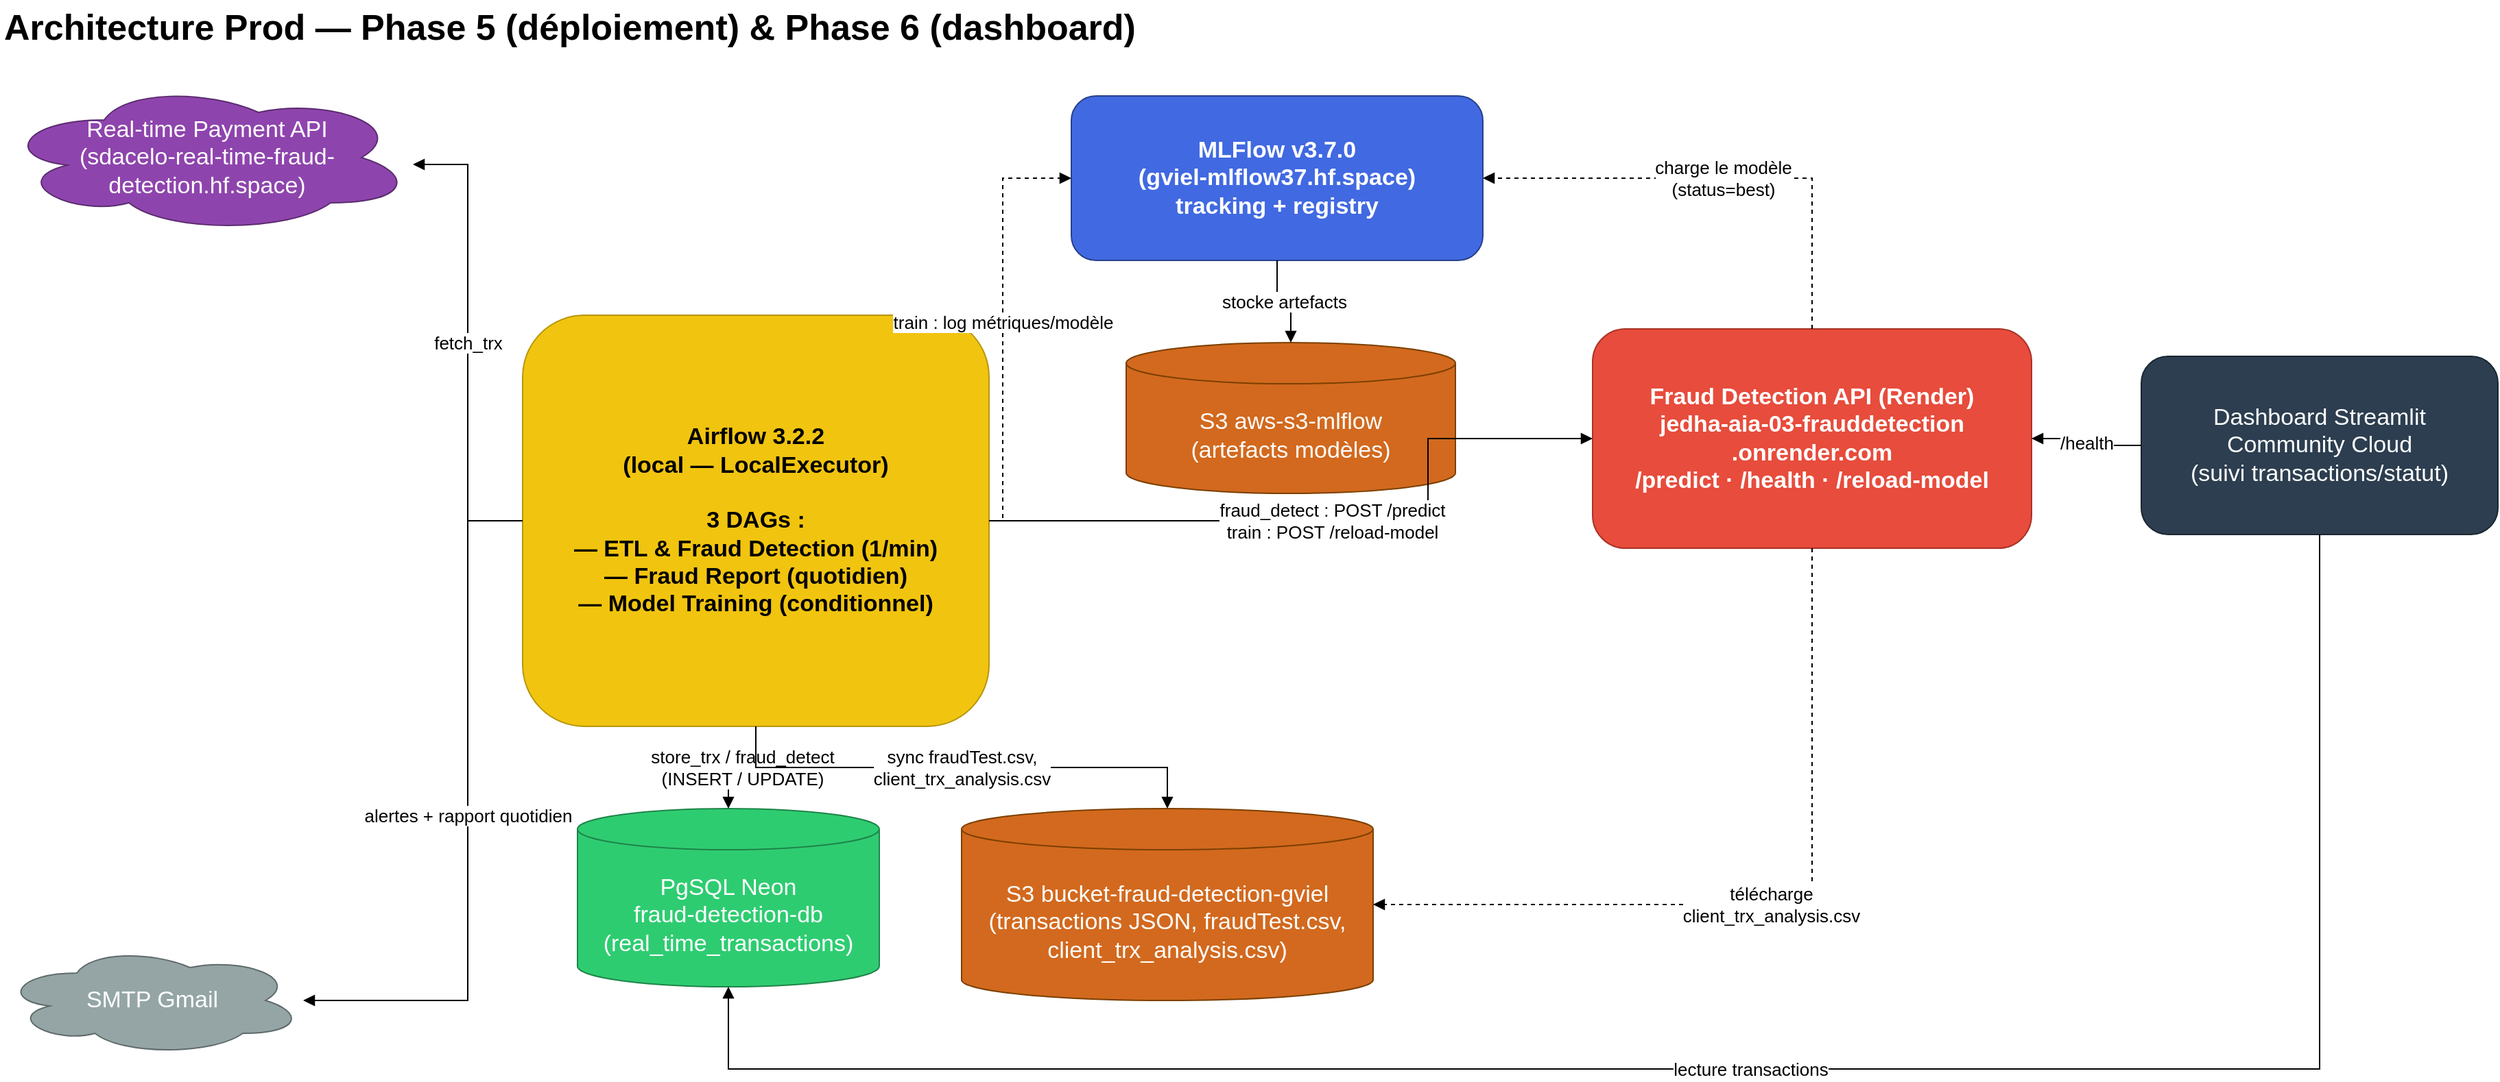
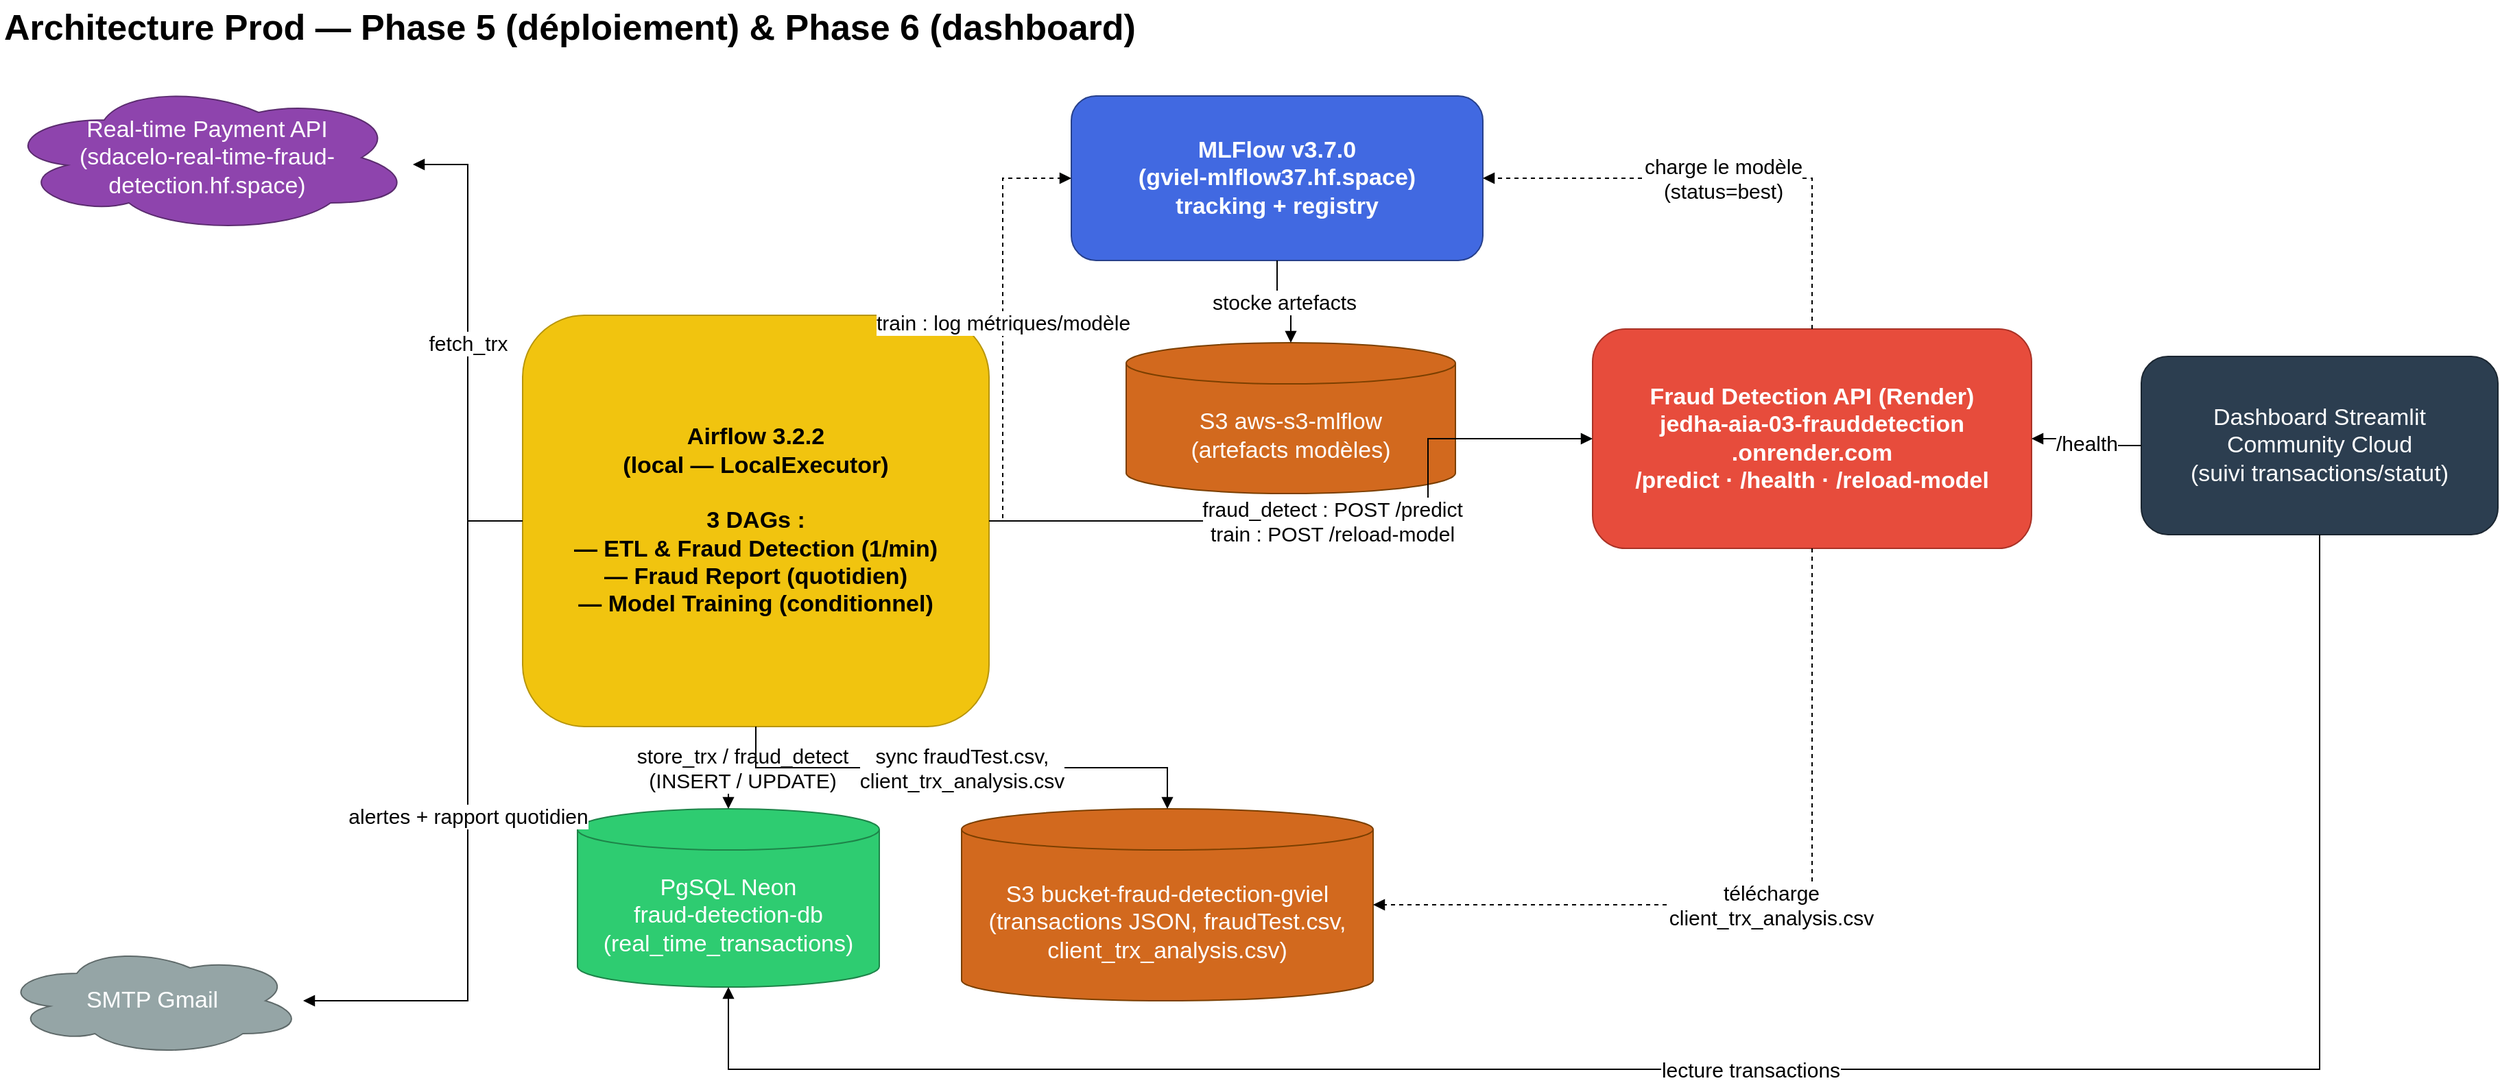
<mxfile host="app.diagrams.net" agent="claude-code" version="24.0.0">
  <diagram id="prod-architecture" name="Architecture Prod (Phase 5-6)">
    <mxGraphModel dx="1600" dy="900" grid="1" gridSize="10" guides="1" tooltips="1" connect="1" arrows="1" fold="1" page="1" pageScale="1" pageWidth="1920" pageHeight="850" math="0" shadow="0">
      <root>
        <mxCell id="0" />
        <mxCell id="1" parent="0" />

        <!-- Title -->
        <mxCell id="title" value="Architecture Prod — Phase 5 (déploiement) &amp; Phase 6 (dashboard)" style="text;html=1;fontSize=26;fontStyle=1;align=left;verticalAlign=middle;" vertex="1" parent="1">
          <mxGeometry x="40" y="10" width="1000" height="40" as="geometry" />
        </mxCell>

        <!-- External systems -->
        <mxCell id="jedha" value="Real-time Payment API&#10;(sdacelo-real-time-fraud-detection.hf.space)" style="shape=cloud;whiteSpace=wrap;html=1;fillColor=#8e44ad;strokeColor=#5b2c6f;fontColor=#ffffff;fontSize=17;" vertex="1" parent="1">
          <mxGeometry x="40" y="70" width="300" height="110" as="geometry" />
        </mxCell>
        <mxCell id="smtp" value="SMTP Gmail" style="shape=cloud;whiteSpace=wrap;html=1;fillColor=#95a5a6;strokeColor=#5f6a6a;fontColor=#ffffff;fontSize=17;" vertex="1" parent="1">
          <mxGeometry x="40" y="700" width="220" height="80" as="geometry" />
        </mxCell>

        <!-- Airflow (single block, local) -->
        <mxCell id="airflow" value="Airflow 3.2.2&#10;(local — LocalExecutor)&#10;&#10;3 DAGs :&#10;— ETL &amp; Fraud Detection (1/min)&#10;— Fraud Report (quotidien)&#10;— Model Training (conditionnel)" style="rounded=1;whiteSpace=wrap;html=1;fillColor=#f1c40f;strokeColor=#b7950b;fontSize=17;fontStyle=1;align=center;verticalAlign=middle;" vertex="1" parent="1">
          <mxGeometry x="420" y="240" width="340" height="300" as="geometry" />
        </mxCell>

        <!-- Data layer -->
        <mxCell id="neon" value="PgSQL Neon&#10;fraud-detection-db&#10;(real_time_transactions)" style="shape=cylinder3;whiteSpace=wrap;html=1;boundedLbl=1;backgroundOutline=1;size=15;fillColor=#2ecc71;strokeColor=#1e8449;fontColor=#ffffff;fontSize=17;" vertex="1" parent="1">
          <mxGeometry x="460" y="600" width="220" height="130" as="geometry" />
        </mxCell>
        <mxCell id="s3Trx" value="S3 bucket-fraud-detection-gviel&#10;(transactions JSON, fraudTest.csv,&#10;client_trx_analysis.csv)" style="shape=cylinder3;whiteSpace=wrap;html=1;boundedLbl=1;backgroundOutline=1;size=15;fillColor=#d2691e;strokeColor=#7b3f00;fontColor=#ffffff;fontSize=17;" vertex="1" parent="1">
          <mxGeometry x="740" y="600" width="300" height="140" as="geometry" />
        </mxCell>

        <!-- MLFlow + artifact store -->
        <mxCell id="mlflow" value="MLFlow v3.7.0&#10;(gviel-mlflow37.hf.space)&#10;tracking + registry" style="rounded=1;whiteSpace=wrap;html=1;fillColor=#4169e1;strokeColor=#27408b;fontColor=#ffffff;fontSize=17;fontStyle=1;" vertex="1" parent="1">
          <mxGeometry x="820" y="80" width="300" height="120" as="geometry" />
        </mxCell>
        <mxCell id="s3Mlflow" value="S3 aws-s3-mlflow&#10;(artefacts modèles)" style="shape=cylinder3;whiteSpace=wrap;html=1;boundedLbl=1;backgroundOutline=1;size=15;fillColor=#d2691e;strokeColor=#7b3f00;fontColor=#ffffff;fontSize=17;" vertex="1" parent="1">
          <mxGeometry x="860" y="260" width="240" height="110" as="geometry" />
        </mxCell>

        <!-- Fraud Detection API (Render) -->
        <mxCell id="renderApi" value="Fraud Detection API (Render)&#10;jedha-aia-03-frauddetection&#10;.onrender.com&#10;/predict · /health · /reload-model" style="rounded=1;whiteSpace=wrap;html=1;fillColor=#e74c3c;strokeColor=#a93226;fontColor=#ffffff;fontSize=17;fontStyle=1;" vertex="1" parent="1">
          <mxGeometry x="1200" y="250" width="320" height="160" as="geometry" />
        </mxCell>

        <!-- Streamlit Dashboard -->
        <mxCell id="dashboard" value="Dashboard Streamlit&#10;Community Cloud&#10;(suivi transactions/statut)" style="rounded=1;whiteSpace=wrap;html=1;fillColor=#2c3e50;strokeColor=#1b2631;fontColor=#ffffff;fontSize=17;" vertex="1" parent="1">
          <mxGeometry x="1600" y="270" width="260" height="130" as="geometry" />
        </mxCell>

        <!-- Edges: Airflow -->
-         <mxCell id="e1" value="fetch_trx" style="edgeStyle=orthogonalEdgeStyle;rounded=0;html=1;endArrow=block;fontSize=13;" edge="1" parent="1" source="airflow" target="jedha">
+         <mxCell id="e1" value="fetch_trx" style="edgeStyle=orthogonalEdgeStyle;rounded=0;html=1;endArrow=block;fontSize=15;" edge="1" parent="1" source="airflow" target="jedha">
          <mxGeometry relative="1" as="geometry">
            <Array as="points">
              <mxPoint x="380" y="130" />
            </Array>
          </mxGeometry>
        </mxCell>

-         <mxCell id="e2" value="store_trx / fraud_detect&#10;(INSERT / UPDATE)" style="edgeStyle=orthogonalEdgeStyle;rounded=0;html=1;endArrow=block;fontSize=13;" edge="1" parent="1" source="airflow" target="neon">
+         <mxCell id="e2" value="store_trx / fraud_detect&#10;(INSERT / UPDATE)" style="edgeStyle=orthogonalEdgeStyle;rounded=0;html=1;endArrow=block;fontSize=15;" edge="1" parent="1" source="airflow" target="neon">
          <mxGeometry relative="1" as="geometry" />
        </mxCell>

-         <mxCell id="e3" value="sync fraudTest.csv,&#10;client_trx_analysis.csv" style="edgeStyle=orthogonalEdgeStyle;rounded=0;html=1;endArrow=block;fontSize=13;" edge="1" parent="1" source="airflow" target="s3Trx">
+         <mxCell id="e3" value="sync fraudTest.csv,&#10;client_trx_analysis.csv" style="edgeStyle=orthogonalEdgeStyle;rounded=0;html=1;endArrow=block;fontSize=15;" edge="1" parent="1" source="airflow" target="s3Trx">
          <mxGeometry relative="1" as="geometry" />
        </mxCell>

-         <mxCell id="e4" value="fraud_detect : POST /predict&#10;train : POST /reload-model" style="edgeStyle=orthogonalEdgeStyle;rounded=0;html=1;endArrow=block;fontSize=13;" edge="1" parent="1" source="airflow" target="renderApi">
+         <mxCell id="e4" value="fraud_detect : POST /predict&#10;train : POST /reload-model" style="edgeStyle=orthogonalEdgeStyle;rounded=0;html=1;endArrow=block;fontSize=15;" edge="1" parent="1" source="airflow" target="renderApi">
          <mxGeometry relative="1" as="geometry">
            <Array as="points">
              <mxPoint x="1080" y="390" />
            </Array>
          </mxGeometry>
        </mxCell>

-         <mxCell id="e5" value="train : log métriques/modèle" style="edgeStyle=orthogonalEdgeStyle;rounded=0;html=1;endArrow=block;fontSize=13;dashed=1;" edge="1" parent="1" source="airflow" target="mlflow">
+         <mxCell id="e5" value="train : log métriques/modèle" style="edgeStyle=orthogonalEdgeStyle;rounded=0;html=1;endArrow=block;fontSize=15;dashed=1;" edge="1" parent="1" source="airflow" target="mlflow">
          <mxGeometry relative="1" as="geometry">
            <Array as="points">
              <mxPoint x="770" y="140" />
            </Array>
          </mxGeometry>
        </mxCell>

-         <mxCell id="e6" value="alertes + rapport quotidien" style="edgeStyle=orthogonalEdgeStyle;rounded=0;html=1;endArrow=block;fontSize=13;" edge="1" parent="1" source="airflow" target="smtp">
+         <mxCell id="e6" value="alertes + rapport quotidien" style="edgeStyle=orthogonalEdgeStyle;rounded=0;html=1;endArrow=block;fontSize=15;" edge="1" parent="1" source="airflow" target="smtp">
          <mxGeometry relative="1" as="geometry">
            <Array as="points">
              <mxPoint x="380" y="740" />
            </Array>
          </mxGeometry>
        </mxCell>

        <!-- Edges: MLFlow -->
-         <mxCell id="e7" value="stocke artefacts" style="edgeStyle=orthogonalEdgeStyle;rounded=0;html=1;endArrow=block;fontSize=13;" edge="1" parent="1" source="mlflow" target="s3Mlflow">
+         <mxCell id="e7" value="stocke artefacts" style="edgeStyle=orthogonalEdgeStyle;rounded=0;html=1;endArrow=block;fontSize=15;" edge="1" parent="1" source="mlflow" target="s3Mlflow">
          <mxGeometry relative="1" as="geometry" />
        </mxCell>

        <!-- Edges: Render API -->
-         <mxCell id="e8" value="charge le modèle&#10;(status=best)" style="edgeStyle=orthogonalEdgeStyle;rounded=0;html=1;endArrow=block;fontSize=13;dashed=1;" edge="1" parent="1" source="renderApi" target="mlflow">
+         <mxCell id="e8" value="charge le modèle&#10;(status=best)" style="edgeStyle=orthogonalEdgeStyle;rounded=0;html=1;endArrow=block;fontSize=15;dashed=1;" edge="1" parent="1" source="renderApi" target="mlflow">
          <mxGeometry relative="1" as="geometry">
            <Array as="points">
              <mxPoint x="1360" y="140" />
            </Array>
          </mxGeometry>
        </mxCell>

-         <mxCell id="e9" value="télécharge&#10;client_trx_analysis.csv" style="edgeStyle=orthogonalEdgeStyle;rounded=0;html=1;endArrow=block;fontSize=13;dashed=1;" edge="1" parent="1" source="renderApi" target="s3Trx">
+         <mxCell id="e9" value="télécharge&#10;client_trx_analysis.csv" style="edgeStyle=orthogonalEdgeStyle;rounded=0;html=1;endArrow=block;fontSize=15;dashed=1;" edge="1" parent="1" source="renderApi" target="s3Trx">
          <mxGeometry relative="1" as="geometry">
            <Array as="points">
              <mxPoint x="1360" y="670" />
            </Array>
          </mxGeometry>
        </mxCell>

        <!-- Edges: Dashboard -->
-         <mxCell id="e10" value="lecture transactions" style="edgeStyle=orthogonalEdgeStyle;rounded=0;html=1;endArrow=block;fontSize=13;" edge="1" parent="1" source="dashboard" target="neon">
+         <mxCell id="e10" value="lecture transactions" style="edgeStyle=orthogonalEdgeStyle;rounded=0;html=1;endArrow=block;fontSize=15;" edge="1" parent="1" source="dashboard" target="neon">
          <mxGeometry relative="1" as="geometry">
            <Array as="points">
              <mxPoint x="1730" y="790" />
              <mxPoint x="570" y="790" />
            </Array>
          </mxGeometry>
        </mxCell>

-         <mxCell id="e11" value="/health" style="edgeStyle=orthogonalEdgeStyle;rounded=0;html=1;endArrow=block;fontSize=13;" edge="1" parent="1" source="dashboard" target="renderApi">
+         <mxCell id="e11" value="/health" style="edgeStyle=orthogonalEdgeStyle;rounded=0;html=1;endArrow=block;fontSize=15;" edge="1" parent="1" source="dashboard" target="renderApi">
          <mxGeometry relative="1" as="geometry" />
        </mxCell>

      </root>
    </mxGraphModel>
  </diagram>
</mxfile>
